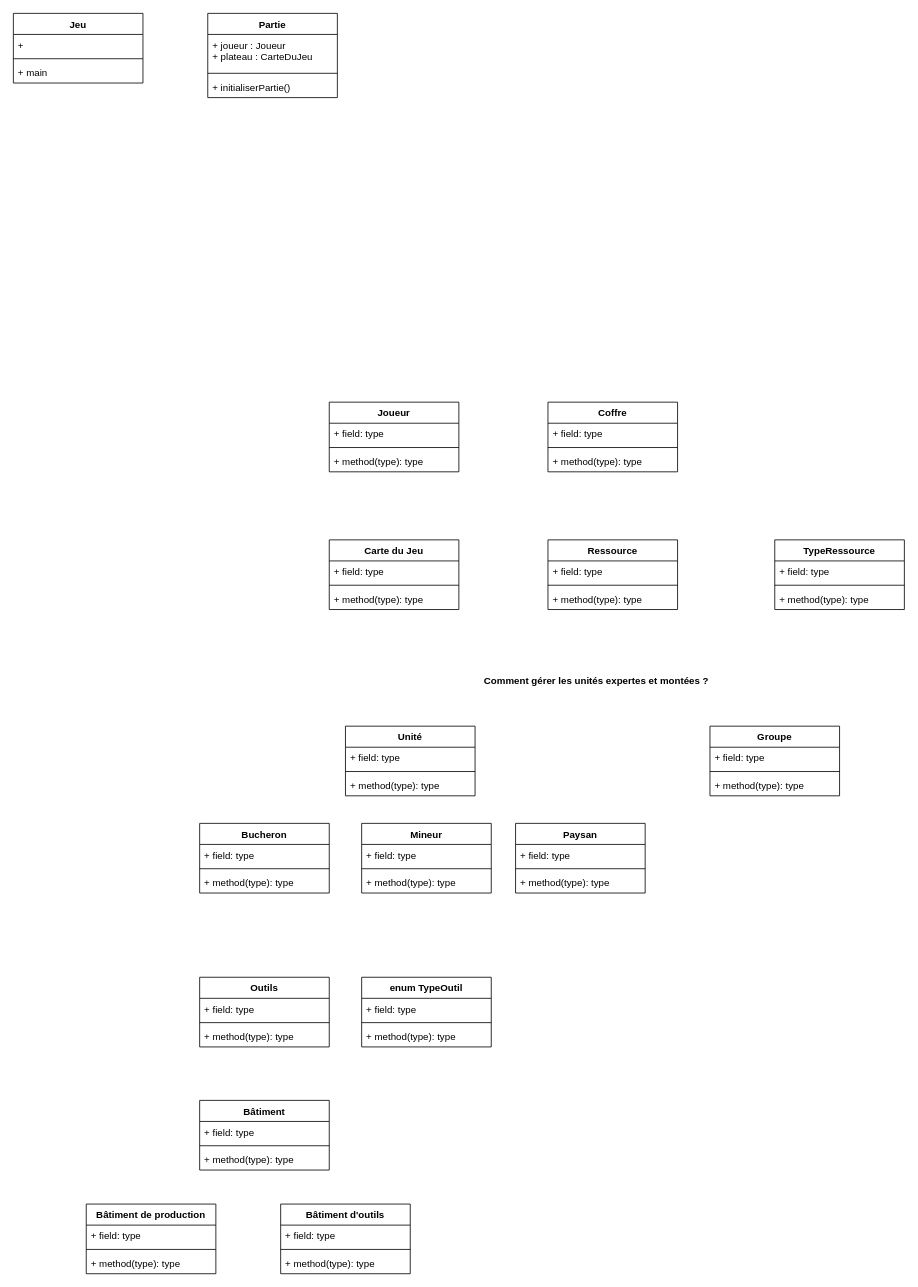
Before: uml.drawio in juchrt/jeu-strateges, a draw.io diagram. Source tidied: cells renumbered, new cells numbered last; positions are measured from the earlier drawing's top-left corner, leaving out a move shared by most shapes. Both pictures are drawn from the tidied source at 81%, with x=0, y=0 at pixel (13, 13).
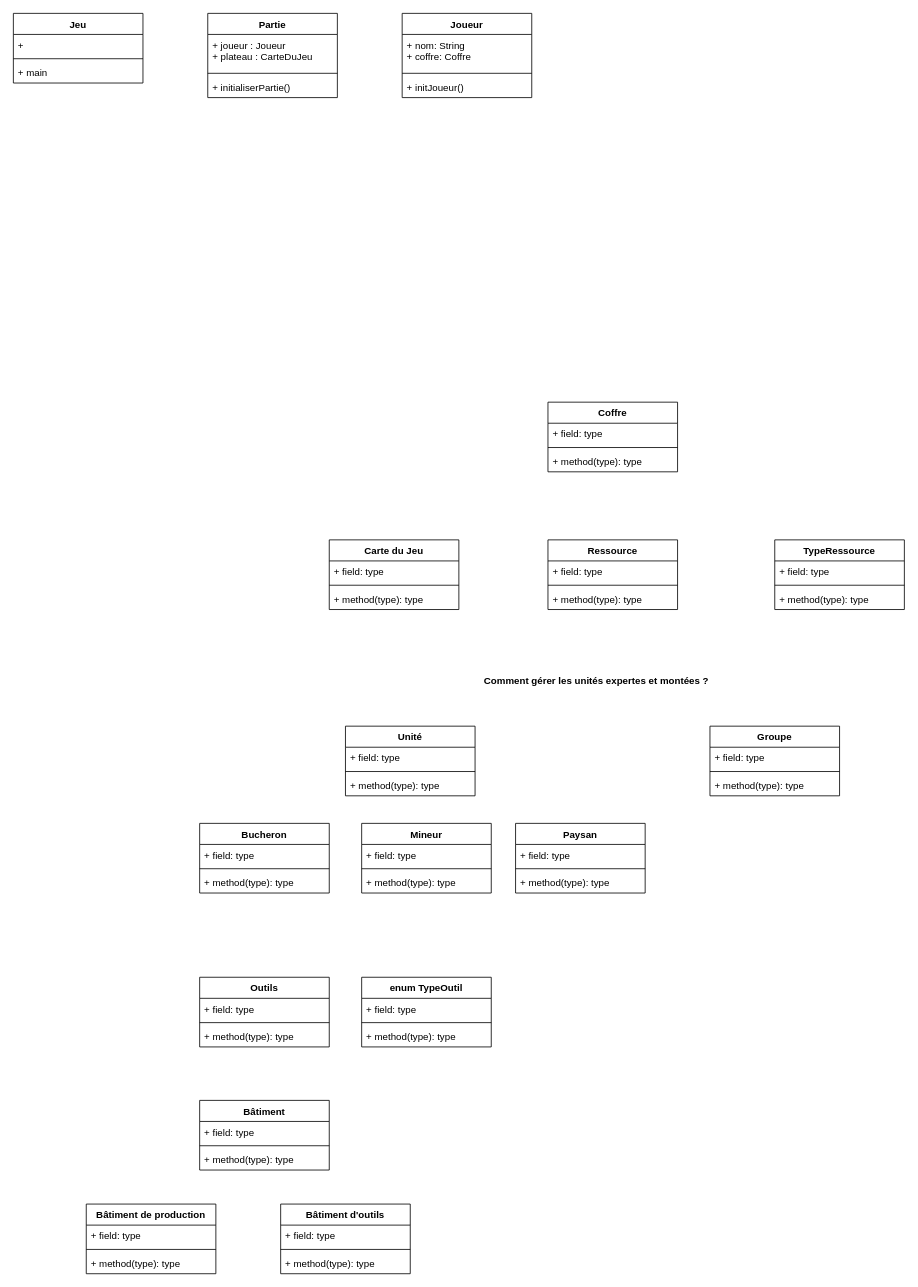
The same diagram, later.

What changed in the source:
```diff
@@
     <mxCell id="34" value="Joueur" style="swimlane;fontStyle=1;align=center;verticalAlign=top;horizontal=1;startSize=26;" parent="1" vertex="1">
-      <mxGeometry x="390" y="480" width="160" height="86" as="geometry" />
+      <mxGeometry x="480" width="160" height="104" as="geometry" />
     </mxCell>
-    <mxCell id="35" value="+ field: type" style="text;strokeColor=none;fillColor=none;align=left;verticalAlign=top;spacingLeft=4;spacingRight=4;overflow=hidden;" parent="34" vertex="1">
-      <mxGeometry y="26" width="160" height="26" as="geometry" />
+    <mxCell id="35" value="+ nom: String&#10;+ coffre: Coffre" style="text;strokeColor=none;fillColor=none;align=left;verticalAlign=top;spacingLeft=4;spacingRight=4;overflow=hidden;" parent="34" vertex="1">
+      <mxGeometry y="26" width="160" height="44" as="geometry" />
     </mxCell>
     <mxCell id="36" style="line;strokeWidth=1;fillColor=none;align=left;verticalAlign=middle;spacingTop=-1;spacingLeft=3;spacingRight=3;labelPosition=right;strokeColor=inherit;" parent="34" vertex="1">
-      <mxGeometry y="52" width="160" height="8" as="geometry" />
+      <mxGeometry y="70" width="160" height="8" as="geometry" />
     </mxCell>
-    <mxCell id="37" value="+ method(type): type" style="text;strokeColor=none;fillColor=none;align=left;verticalAlign=top;spacingLeft=4;spacingRight=4;overflow=hidden;" parent="34" vertex="1">
-      <mxGeometry y="60" width="160" height="26" as="geometry" />
+    <mxCell id="37" value="+ initJoueur()" style="text;strokeColor=none;fillColor=none;align=left;verticalAlign=top;spacingLeft=4;spacingRight=4;overflow=hidden;" parent="34" vertex="1">
+      <mxGeometry y="78" width="160" height="26" as="geometry" />
     </mxCell>
```
